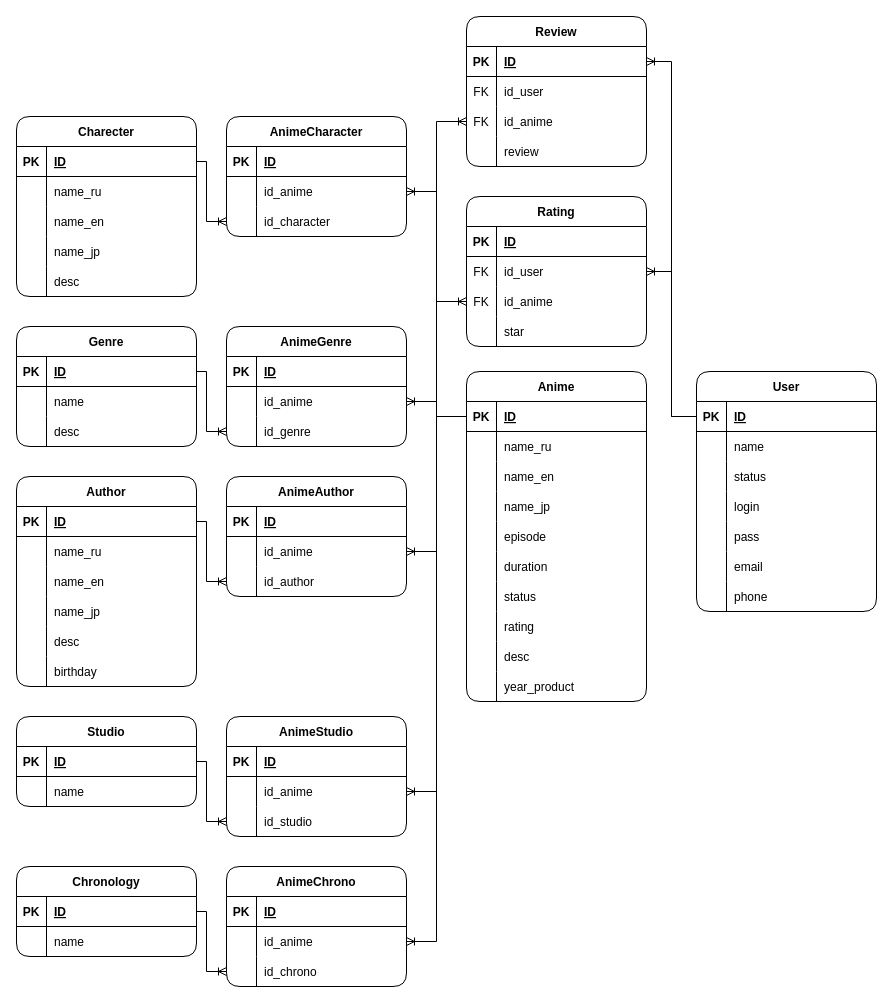
kk313/AniTrack keeps this draw.io diagram as AniTrack.drawio. Above is the earlier version. Source tidied: cells renumbered, new cells numbered last; positions are measured from the earlier drawing's top-left corner, leaving out a move shared by most shapes. Both pictures are drawn from the tidied source at 100%, with x=0, y=0 at pixel (16, 16).
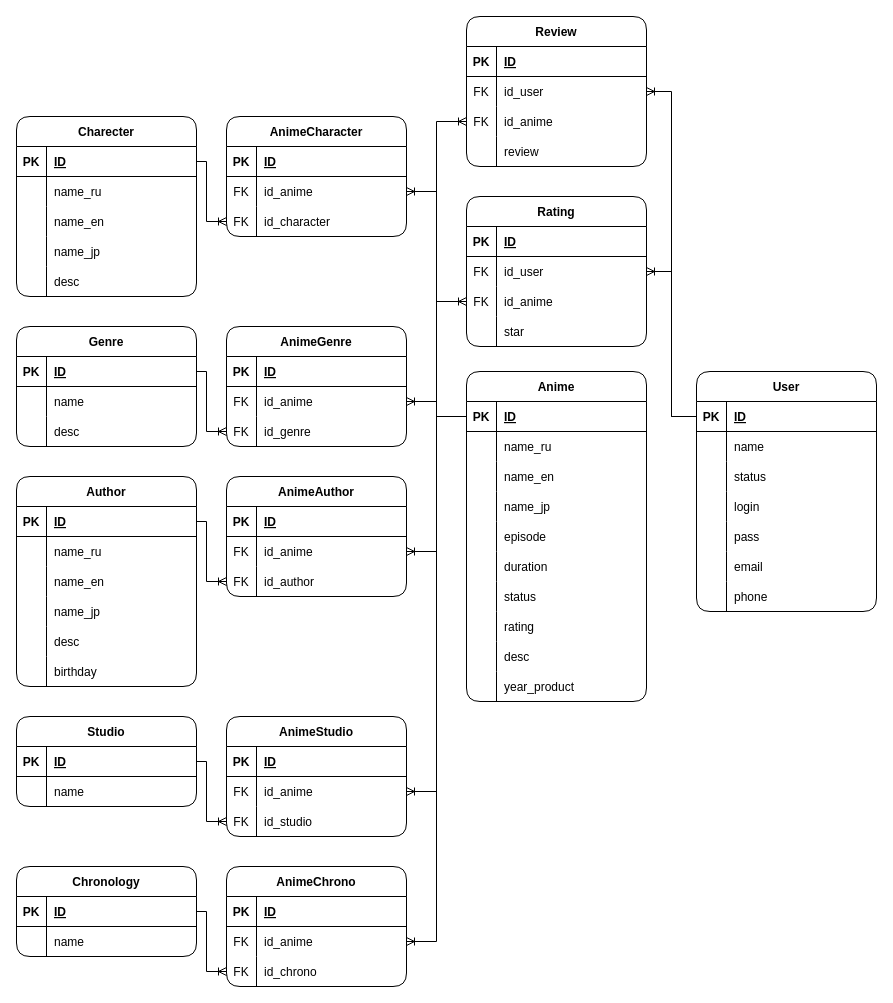
After the change.

The change refers to these unchanged cells:
```xml
<mxCell id="42" style="shape=tableRow;horizontal=0;startSize=0;swimlaneHead=0;swimlaneBody=0;fillColor=none;points=[[0,0.5],[1,0.5]];portConstraint=eastwest;top=0;left=0;right=0;bottom=1;" parent="41" vertex="1">
  <mxGeometry y="30" width="180" height="30" as="geometry" />
</mxCell>
<mxCell id="119" style="shape=tableRow;horizontal=0;startSize=0;swimlaneHead=0;swimlaneBody=0;fillColor=none;points=[[0,0.5],[1,0.5]];portConstraint=eastwest;top=0;left=0;right=0;bottom=0;" parent="115" vertex="1">
  <mxGeometry y="60" width="180" height="30" as="geometry" />
</mxCell>
<mxCell id="122" style="shape=tableRow;horizontal=0;startSize=0;swimlaneHead=0;swimlaneBody=0;fillColor=none;points=[[0,0.5],[1,0.5]];portConstraint=eastwest;top=0;left=0;right=0;bottom=0;" parent="115" vertex="1">
  <mxGeometry y="90" width="180" height="30" as="geometry" />
</mxCell>
<mxCell id="129" style="shape=tableRow;horizontal=0;startSize=0;swimlaneHead=0;swimlaneBody=0;fillColor=none;points=[[0,0.5],[1,0.5]];portConstraint=eastwest;top=0;left=0;right=0;bottom=0;" parent="125" vertex="1">
  <mxGeometry y="60" width="180" height="30" as="geometry" />
</mxCell>
<mxCell id="132" style="shape=tableRow;horizontal=0;startSize=0;swimlaneHead=0;swimlaneBody=0;fillColor=none;points=[[0,0.5],[1,0.5]];portConstraint=eastwest;top=0;left=0;right=0;bottom=0;" parent="125" vertex="1">
  <mxGeometry y="90" width="180" height="30" as="geometry" />
</mxCell>
<mxCell id="139" style="shape=tableRow;horizontal=0;startSize=0;swimlaneHead=0;swimlaneBody=0;fillColor=none;points=[[0,0.5],[1,0.5]];portConstraint=eastwest;top=0;left=0;right=0;bottom=0;" parent="135" vertex="1">
  <mxGeometry y="60" width="180" height="30" as="geometry" />
</mxCell>
<mxCell id="142" style="shape=tableRow;horizontal=0;startSize=0;swimlaneHead=0;swimlaneBody=0;fillColor=none;points=[[0,0.5],[1,0.5]];portConstraint=eastwest;top=0;left=0;right=0;bottom=0;" parent="135" vertex="1">
  <mxGeometry y="90" width="180" height="30" as="geometry" />
</mxCell>
<mxCell id="149" style="shape=tableRow;horizontal=0;startSize=0;swimlaneHead=0;swimlaneBody=0;fillColor=none;points=[[0,0.5],[1,0.5]];portConstraint=eastwest;top=0;left=0;right=0;bottom=0;" parent="145" vertex="1">
  <mxGeometry y="60" width="180" height="30" as="geometry" />
</mxCell>
<mxCell id="152" style="shape=tableRow;horizontal=0;startSize=0;swimlaneHead=0;swimlaneBody=0;fillColor=none;points=[[0,0.5],[1,0.5]];portConstraint=eastwest;top=0;left=0;right=0;bottom=0;" parent="145" vertex="1">
  <mxGeometry y="90" width="180" height="30" as="geometry" />
</mxCell>
<mxCell id="159" style="shape=tableRow;horizontal=0;startSize=0;swimlaneHead=0;swimlaneBody=0;fillColor=none;points=[[0,0.5],[1,0.5]];portConstraint=eastwest;top=0;left=0;right=0;bottom=0;" parent="155" vertex="1">
  <mxGeometry y="60" width="180" height="30" as="geometry" />
</mxCell>
<mxCell id="162" style="shape=tableRow;horizontal=0;startSize=0;swimlaneHead=0;swimlaneBody=0;fillColor=none;points=[[0,0.5],[1,0.5]];portConstraint=eastwest;top=0;left=0;right=0;bottom=0;" parent="155" vertex="1">
  <mxGeometry y="90" width="180" height="30" as="geometry" />
</mxCell>
<mxCell id="176" style="shape=tableRow;horizontal=0;startSize=0;swimlaneHead=0;swimlaneBody=0;fillColor=none;points=[[0,0.5],[1,0.5]];portConstraint=eastwest;top=0;left=0;right=0;bottom=1;" parent="175" vertex="1">
  <mxGeometry y="30" width="180" height="30" as="geometry" />
</mxCell>
<mxCell id="179" style="shape=tableRow;horizontal=0;startSize=0;swimlaneHead=0;swimlaneBody=0;fillColor=none;points=[[0,0.5],[1,0.5]];portConstraint=eastwest;top=0;left=0;right=0;bottom=0;" parent="175" vertex="1">
  <mxGeometry y="60" width="180" height="30" as="geometry" />
</mxCell>
```

Change to the diagram source:
```diff
@@
-    <mxCell id="120" style="shape=partialRectangle;fillColor=none;top=0;left=0;bottom=0;right=0;overflow=hidden;" parent="119" vertex="1">
+    <mxCell id="120" value="FK" style="shape=partialRectangle;fillColor=none;top=0;left=0;bottom=0;right=0;overflow=hidden;" parent="119" vertex="1">
       <mxGeometry width="30" height="30" as="geometry" />
     </mxCell>
@@
-    <mxCell id="123" style="shape=partialRectangle;fillColor=none;top=0;left=0;bottom=0;right=0;overflow=hidden;" parent="122" vertex="1">
+    <mxCell id="123" value="FK" style="shape=partialRectangle;fillColor=none;top=0;left=0;bottom=0;right=0;overflow=hidden;" parent="122" vertex="1">
       <mxGeometry width="30" height="30" as="geometry" />
     </mxCell>
@@
-    <mxCell id="130" style="shape=partialRectangle;fillColor=none;top=0;left=0;bottom=0;right=0;overflow=hidden;" parent="129" vertex="1">
+    <mxCell id="130" value="FK" style="shape=partialRectangle;fillColor=none;top=0;left=0;bottom=0;right=0;overflow=hidden;" parent="129" vertex="1">
       <mxGeometry width="30" height="30" as="geometry" />
     </mxCell>
@@
-    <mxCell id="133" style="shape=partialRectangle;fillColor=none;top=0;left=0;bottom=0;right=0;overflow=hidden;" parent="132" vertex="1">
+    <mxCell id="133" value="FK" style="shape=partialRectangle;fillColor=none;top=0;left=0;bottom=0;right=0;overflow=hidden;" parent="132" vertex="1">
       <mxGeometry width="30" height="30" as="geometry" />
     </mxCell>
@@
-    <mxCell id="140" style="shape=partialRectangle;fillColor=none;top=0;left=0;bottom=0;right=0;overflow=hidden;" parent="139" vertex="1">
+    <mxCell id="140" value="FK" style="shape=partialRectangle;fillColor=none;top=0;left=0;bottom=0;right=0;overflow=hidden;" parent="139" vertex="1">
       <mxGeometry width="30" height="30" as="geometry" />
     </mxCell>
@@
-    <mxCell id="143" style="shape=partialRectangle;fillColor=none;top=0;left=0;bottom=0;right=0;overflow=hidden;" parent="142" vertex="1">
+    <mxCell id="143" value="FK" style="shape=partialRectangle;fillColor=none;top=0;left=0;bottom=0;right=0;overflow=hidden;" parent="142" vertex="1">
       <mxGeometry width="30" height="30" as="geometry" />
     </mxCell>
@@
-    <mxCell id="150" style="shape=partialRectangle;fillColor=none;top=0;left=0;bottom=0;right=0;overflow=hidden;" parent="149" vertex="1">
+    <mxCell id="150" value="FK" style="shape=partialRectangle;fillColor=none;top=0;left=0;bottom=0;right=0;overflow=hidden;" parent="149" vertex="1">
       <mxGeometry width="30" height="30" as="geometry" />
     </mxCell>
@@
-    <mxCell id="153" style="shape=partialRectangle;fillColor=none;top=0;left=0;bottom=0;right=0;overflow=hidden;" parent="152" vertex="1">
+    <mxCell id="153" value="FK" style="shape=partialRectangle;fillColor=none;top=0;left=0;bottom=0;right=0;overflow=hidden;" parent="152" vertex="1">
       <mxGeometry width="30" height="30" as="geometry" />
     </mxCell>
@@
-    <mxCell id="160" style="shape=partialRectangle;fillColor=none;top=0;left=0;bottom=0;right=0;overflow=hidden;" parent="159" vertex="1">
+    <mxCell id="160" value="FK" style="shape=partialRectangle;fillColor=none;top=0;left=0;bottom=0;right=0;overflow=hidden;" parent="159" vertex="1">
       <mxGeometry width="30" height="30" as="geometry" />
     </mxCell>
@@
-    <mxCell id="163" style="shape=partialRectangle;fillColor=none;top=0;left=0;bottom=0;right=0;overflow=hidden;" parent="162" vertex="1">
+    <mxCell id="163" value="FK" style="shape=partialRectangle;fillColor=none;top=0;left=0;bottom=0;right=0;overflow=hidden;" parent="162" vertex="1">
       <mxGeometry width="30" height="30" as="geometry" />
     </mxCell>
@@
-    <mxCell id="204" style="edgeStyle=orthogonalEdgeStyle;rounded=0;jettySize=auto;html=1;exitX=0;exitY=0.5;exitDx=0;exitDy=0;entryX=1;entryY=0.5;entryDx=0;entryDy=0;endArrow=ERoneToMany;endFill=0;" parent="1" edge="1" source="42" target="176">
+    <mxCell id="204" style="edgeStyle=orthogonalEdgeStyle;rounded=0;jettySize=auto;html=1;exitX=0;exitY=0.5;exitDx=0;exitDy=0;entryX=1;entryY=0.5;entryDx=0;entryDy=0;endArrow=ERoneToMany;endFill=0;" parent="1" edge="1" source="42" target="179">
       <mxGeometry relative="1" as="geometry" />
     </mxCell>
```
